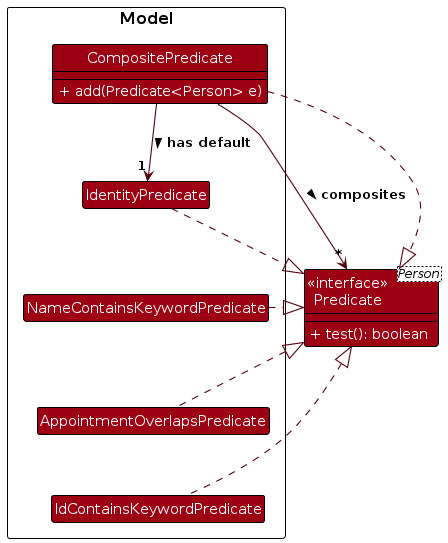
AY2324S1-CS2103T-T14-3/tp keeps this PlantUML diagram as diagrams/PredicateClassDiagram.png. Above is the earlier version. Its source is kept beside it as diagrams/PredicateClassDiagram.puml. Source of this version:
```plantuml
@startuml
!include style.puml
skinparam arrowThickness 1.1
skinparam arrowColor MODEL_COLOR_T4
skinparam classBackgroundColor MODEL_COLOR
skinparam classAttributeIconSize 0
skinparam Class {
    FontColor #FFFFFF
    FontSize 15
    BorderThickness 1
    BorderColor #000000
    StereotypeFontColor #000000
    FontName Arial
}

class "<<interface>>\nPredicate"<Person> {
    <color:#FFFFFF>+ test(): boolean</color>
}

package Model {
    class CompositePredicate {
        <color:#FFFFFF>+ add(Predicate<Person> e)</color>
    }
    class IdentityPredicate
    class NameContainsKeywordPredicate
    class IdContainsKeywordPredicate
    class AppointmentOverlapsPredicate
}

show "<<interface>>\nPredicate" members
show CompositePredicate members

CompositePredicate .|> "<<interface>>\nPredicate"
IdentityPredicate .|> "<<interface>>\nPredicate"
NameContainsKeywordPredicate .|> "<<interface>>\nPredicate"
AppointmentOverlapsPredicate .up|> "<<interface>>\nPredicate"
IdContainsKeywordPredicate .up|> "<<interface>>\nPredicate"

IdentityPredicate -[hidden]down-> NameContainsKeywordPredicate
CompositePredicate -[hidden]down-> IdentityPredicate
NameContainsKeywordPredicate -[hidden]down-> AppointmentOverlapsPredicate
AppointmentOverlapsPredicate -[hidden]down-> IdContainsKeywordPredicate

CompositePredicate -right-> "*" "<<interface>>\nPredicate" : composites >
CompositePredicate -down-> "1" IdentityPredicate : has default >
@enduml
```
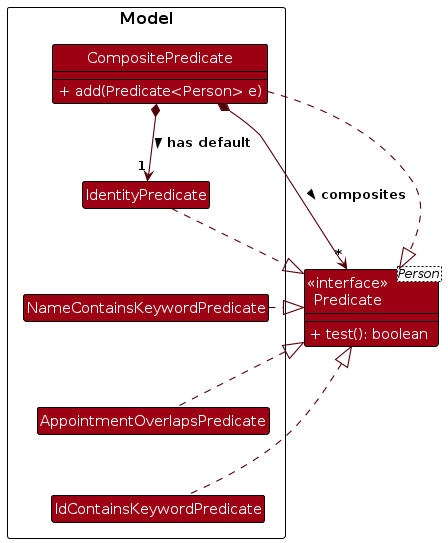
Above is the later version.

What changed in the source:
```diff
@@ -41,6 +41,6 @@
 NameContainsKeywordPredicate -[hidden]down-> AppointmentOverlapsPredicate
 AppointmentOverlapsPredicate -[hidden]down-> IdContainsKeywordPredicate
 
-CompositePredicate -right-> "*" "<<interface>>\nPredicate" : composites >
-CompositePredicate -down-> "1" IdentityPredicate : has default >
+CompositePredicate *-right-> "*" "<<interface>>\nPredicate" : composites >
+CompositePredicate *-down-> "1" IdentityPredicate : has default >
 @enduml
```
